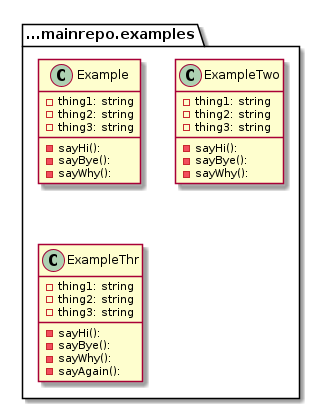
Above: graph.png in tbal999/pumlaction (PlantUML), before the change.
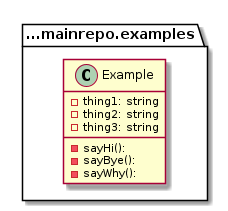
The same file after the commit.

Diff of the diagram source:
```diff
@@ -9,26 +9,5 @@
 -sayWhy():
 }
 }
-package ...mainrepo.examples{
-class ExampleTwo {
--thing1: string
--thing2: string
--thing3: string
--sayHi():
--sayBye():
--sayWhy():
-}
-}
-package ...mainrepo.examples{
-class ExampleThr {
--thing1: string
--thing2: string
--thing3: string
--sayHi():
--sayBye():
--sayWhy():
--sayAgain():
-}
-}
 
 @enduml
```
